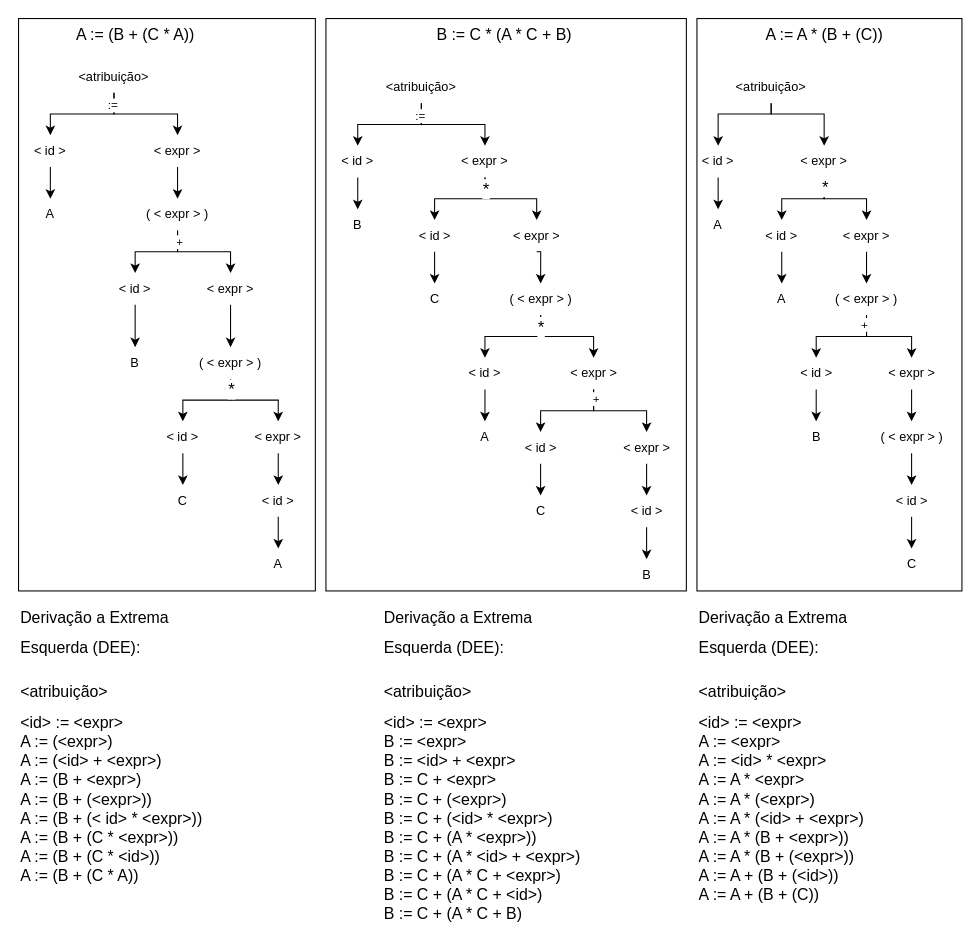
Above: PLP.drawio in gabrielbentog/graphs (draw.io), before the change. Source tidied: cells renumbered, new cells numbered last; positions are measured from the earlier drawing's top-left corner, leaving out a move shared by most shapes. Both pictures are drawn from the tidied source at 106%, with x=0, y=0 at pixel (18, 18).
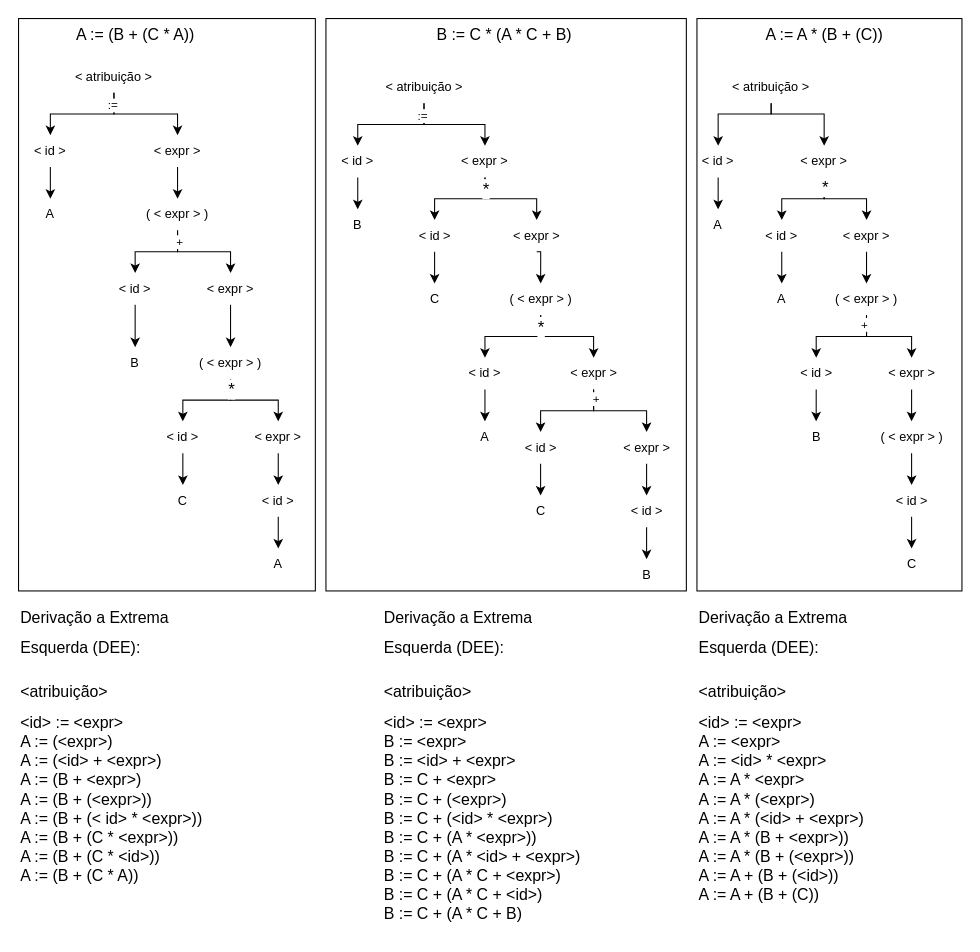
Above is the later version.

Diff of the diagram source:
```diff
@@
-    <mxCell id="8" value="&amp;lt;atribuição&amp;gt;" style="text;html=1;align=center;verticalAlign=middle;whiteSpace=wrap;rounded=0;" parent="1" vertex="1">
-      <mxGeometry x="60" y="40" width="60" height="30" as="geometry" />
+    <mxCell id="8" value="&amp;lt; atribuição &amp;gt;" style="text;html=1;align=center;verticalAlign=middle;whiteSpace=wrap;rounded=0;" parent="1" vertex="1">
+      <mxGeometry x="50" y="40" width="80" height="30" as="geometry" />
     </mxCell>
@@
-    <mxCell id="40" value="&amp;lt;atribuição&amp;gt;" style="text;html=1;align=center;verticalAlign=middle;whiteSpace=wrap;rounded=0;" parent="1" vertex="1">
-      <mxGeometry x="350" y="50" width="60" height="30" as="geometry" />
+    <mxCell id="40" value="&amp;lt; atribuição &amp;gt;" style="text;html=1;align=center;verticalAlign=middle;whiteSpace=wrap;rounded=0;" parent="1" vertex="1">
+      <mxGeometry x="342.5" y="50" width="80" height="30" as="geometry" />
     </mxCell>
@@
-    <mxCell id="81" value="&amp;lt;atribuição&amp;gt;" style="text;html=1;align=center;verticalAlign=middle;whiteSpace=wrap;rounded=0;" parent="1" vertex="1">
-      <mxGeometry x="680" y="50" width="60" height="30" as="geometry" />
+    <mxCell id="81" value="&amp;lt; atribuição &amp;gt;" style="text;html=1;align=center;verticalAlign=middle;whiteSpace=wrap;rounded=0;" parent="1" vertex="1">
+      <mxGeometry x="670" y="50" width="80" height="30" as="geometry" />
     </mxCell>
```
